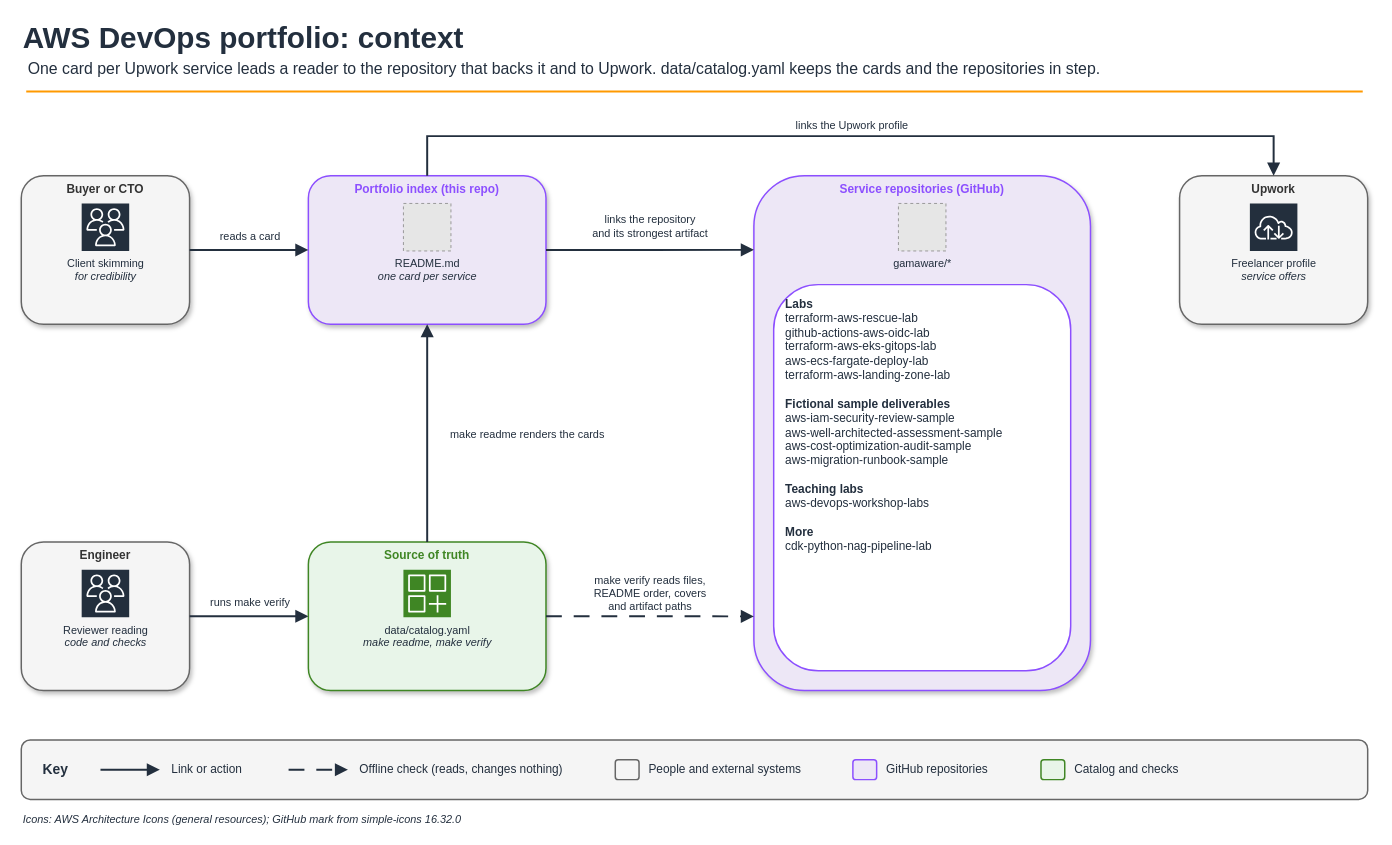
Above: docs/diagrams/portfolio-context.drawio in gamaware/aws-devops-portfolio (draw.io), before the change. Source tidied: cells renumbered, new cells numbered last; positions are measured from the earlier drawing's top-left corner, leaving out a move shared by most shapes. Both pictures are drawn from the tidied source at 99%, with x=0, y=0 at pixel (21, 17). Pictures stored in the file or linked from it are replaced by grey dashed boxes.
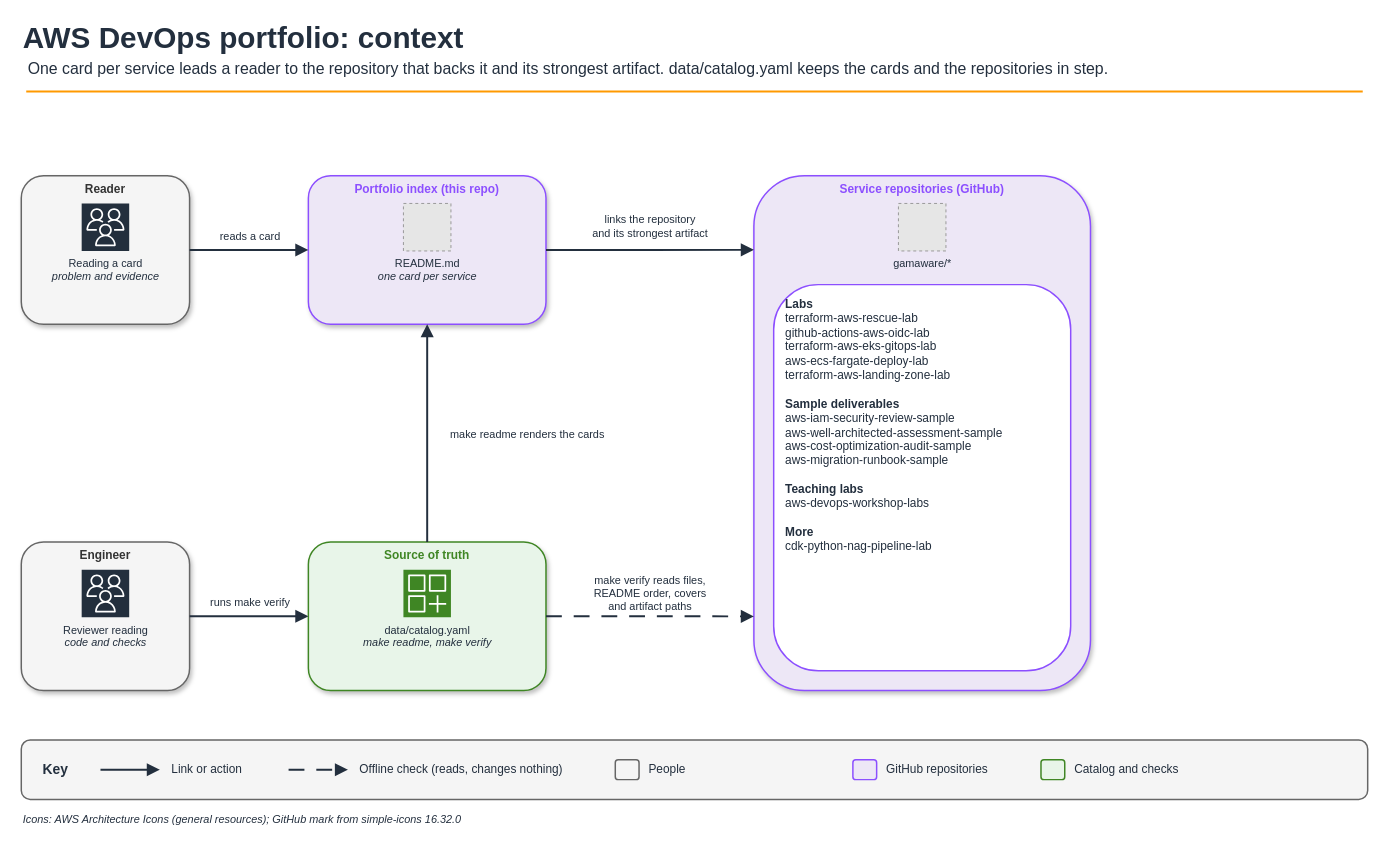
The same page after the edit.

The change refers to these unchanged cells:
```xml
<mxCell id="2" style="group;fontFamily=Helvetica;" parent="1" vertex="1">
  <mxGeometry width="1360" height="83" as="geometry" />
</mxCell>
<mxCell id="10" value="Portfolio index (this repo)" style="fillColor=#EDE7F6;strokeColor=#8C4FFF;rounded=1;whiteSpace=wrap;html=1;verticalAlign=top;fontStyle=1;fontSize=12;fontColor=#8C4FFF;shadow=1;strokeWidth=1.5;fontFamily=Helvetica;" parent="1" vertex="1">
  <mxGeometry x="290" y="160" width="240" height="150" as="geometry" />
</mxCell>
<mxCell id="14" value="Service repositories (GitHub)" style="fillColor=#EDE7F6;strokeColor=#8C4FFF;rounded=1;whiteSpace=wrap;html=1;verticalAlign=top;fontStyle=1;fontSize=12;fontColor=#8C4FFF;shadow=1;strokeWidth=1.5;fontFamily=Helvetica;" parent="1" vertex="1">
  <mxGeometry x="740" y="160" width="340" height="520" as="geometry" />
</mxCell>
```

Diff of the diagram source:
```diff
@@
-    <mxCell id="4" value="One card per Upwork service leads a reader to the repository that backs it and to Upwork. data/catalog.yaml keeps the cards and the repositories in step." style="text;html=1;align=left;verticalAlign=top;spacingTop=-4;fontSize=16;fontFamily=Helvetica;fontColor=light-dark(#232F3E,#E6E6E6);" parent="2" vertex="1">
+    <mxCell id="4" value="One card per service leads a reader to the repository that backs it and its strongest artifact. data/catalog.yaml keeps the cards and the repositories in step." style="text;html=1;align=left;verticalAlign=top;spacingTop=-4;fontSize=16;fontFamily=Helvetica;fontColor=light-dark(#232F3E,#E6E6E6);" parent="2" vertex="1">
       <mxGeometry x="5" y="40" width="1350" height="25" as="geometry" />
     </mxCell>
@@
-    <mxCell id="6" value="Buyer or CTO" style="fillColor=#f5f5f5;strokeColor=light-dark(#666666,#D4D4D4);rounded=1;whiteSpace=wrap;html=1;verticalAlign=top;fontStyle=1;fontSize=12;fontColor=#333333;shadow=1;strokeWidth=1.5;fontFamily=Helvetica;" parent="1" vertex="1">
-      <mxGeometry y="160" width="170" height="150" as="geometry" />
-    </mxCell>
-    <mxCell id="7" value="Client skimming&lt;br&gt;&lt;i&gt;for credibility&lt;/i&gt;" style="sketch=0;fontColor=#232F3E;fillColor=#232F3D;strokeColor=#ffffff;dashed=0;verticalLabelPosition=bottom;verticalAlign=top;align=center;html=1;fontSize=11;fontStyle=0;shape=mxgraph.aws4.resourceIcon;resIcon=mxgraph.aws4.users;fontFamily=Helvetica;" parent="6" vertex="1">
-      <mxGeometry x="61" y="28" width="48" height="48" as="geometry" />
-    </mxCell>
+    <mxCell id="44" value="Reader" style="fillColor=#f5f5f5;strokeColor=light-dark(#666666,#D4D4D4);rounded=1;whiteSpace=wrap;html=1;verticalAlign=top;fontStyle=1;fontSize=12;fontColor=#333333;shadow=1;strokeWidth=1.5;fontFamily=Helvetica;" parent="1" vertex="1">
+      <mxGeometry y="160" width="170" height="150" as="geometry" />
+    </mxCell>
+    <mxCell id="45" value="Reading a card&lt;br&gt;&lt;i&gt;problem and evidence&lt;/i&gt;" style="sketch=0;fontColor=#232F3E;fillColor=#232F3D;strokeColor=#ffffff;dashed=0;verticalLabelPosition=bottom;verticalAlign=top;align=center;html=1;fontSize=11;fontStyle=0;shape=mxgraph.aws4.resourceIcon;resIcon=mxgraph.aws4.users;fontFamily=Helvetica;" parent="44" vertex="1">
+      <mxGeometry x="61" y="28" width="48" height="48" as="geometry" />
+    </mxCell>
@@
-    <mxCell id="16" value="&lt;b&gt;Labs&lt;/b&gt;&lt;br&gt;terraform-aws-rescue-lab&lt;br&gt;github-actions-aws-oidc-lab&lt;br&gt;terraform-aws-eks-gitops-lab&lt;br&gt;aws-ecs-fargate-deploy-lab&lt;br&gt;terraform-aws-landing-zone-lab&lt;br&gt;&lt;br&gt;&lt;b&gt;Fictional sample deliverables&lt;/b&gt;&lt;br&gt;aws-iam-security-review-sample&lt;br&gt;aws-well-architected-assessment-sample&lt;br&gt;aws-cost-optimization-audit-sample&lt;br&gt;aws-migration-runbook-sample&lt;br&gt;&lt;br&gt;&lt;b&gt;Teaching labs&lt;/b&gt;&lt;br&gt;aws-devops-workshop-labs&lt;br&gt;&lt;br&gt;&lt;b&gt;More&lt;/b&gt;&lt;br&gt;cdk-python-nag-pipeline-lab" style="rounded=1;whiteSpace=wrap;html=1;align=left;verticalAlign=top;spacingLeft=10;spacingRight=10;spacingTop=6;fontSize=12;fontStyle=0;fillColor=light-dark(#FFFFFF,#1E2A33);strokeColor=#8C4FFF;strokeWidth=1.5;fontColor=light-dark(#232F3E,#E6E6E6);fontFamily=Helvetica;" parent="14" vertex="1">
+    <mxCell id="16" value="&lt;b&gt;Labs&lt;/b&gt;&lt;br&gt;terraform-aws-rescue-lab&lt;br&gt;github-actions-aws-oidc-lab&lt;br&gt;terraform-aws-eks-gitops-lab&lt;br&gt;aws-ecs-fargate-deploy-lab&lt;br&gt;terraform-aws-landing-zone-lab&lt;br&gt;&lt;br&gt;&lt;b&gt;Sample deliverables&lt;/b&gt;&lt;br&gt;aws-iam-security-review-sample&lt;br&gt;aws-well-architected-assessment-sample&lt;br&gt;aws-cost-optimization-audit-sample&lt;br&gt;aws-migration-runbook-sample&lt;br&gt;&lt;br&gt;&lt;b&gt;Teaching labs&lt;/b&gt;&lt;br&gt;aws-devops-workshop-labs&lt;br&gt;&lt;br&gt;&lt;b&gt;More&lt;/b&gt;&lt;br&gt;cdk-python-nag-pipeline-lab" style="rounded=1;whiteSpace=wrap;html=1;align=left;verticalAlign=top;spacingLeft=10;spacingRight=10;spacingTop=6;fontSize=12;fontStyle=0;fillColor=light-dark(#FFFFFF,#1E2A33);strokeColor=#8C4FFF;strokeWidth=1.5;fontColor=light-dark(#232F3E,#E6E6E6);fontFamily=Helvetica;" parent="14" vertex="1">
       <mxGeometry x="20" y="110" width="300" height="390" as="geometry" />
     </mxCell>
-    <mxCell id="17" value="Upwork" style="fillColor=#f5f5f5;strokeColor=light-dark(#666666,#D4D4D4);rounded=1;whiteSpace=wrap;html=1;verticalAlign=top;fontStyle=1;fontSize=12;fontColor=#333333;shadow=1;strokeWidth=1.5;fontFamily=Helvetica;" parent="1" vertex="1">
-      <mxGeometry x="1170" y="160" width="190" height="150" as="geometry" />
-    </mxCell>
-    <mxCell id="18" value="Freelancer profile&lt;br&gt;&lt;i&gt;service offers&lt;/i&gt;" style="sketch=0;fontColor=#232F3E;fillColor=#232F3D;strokeColor=#ffffff;dashed=0;verticalLabelPosition=bottom;verticalAlign=top;align=center;html=1;fontSize=11;fontStyle=0;shape=mxgraph.aws4.resourceIcon;resIcon=mxgraph.aws4.internet;fontFamily=Helvetica;" parent="17" vertex="1">
-      <mxGeometry x="71" y="28" width="48" height="48" as="geometry" />
-    </mxCell>
-    <mxCell id="19" style="edgeStyle=orthogonalEdgeStyle;rounded=0;jettySize=auto;html=1;strokeWidth=2;strokeColor=light-dark(#232F3E,#E6E6E6);endArrow=block;endFill=1;endSize=8;exitX=1;exitY=0.5;exitDx=0;exitDy=0;entryX=0;entryY=0.5;entryDx=0;entryDy=0;fontFamily=Helvetica;" parent="1" edge="1" source="6" target="10">
-      <mxGeometry relative="1" as="geometry" />
-    </mxCell>
+    <mxCell id="46" style="edgeStyle=orthogonalEdgeStyle;rounded=0;jettySize=auto;html=1;strokeWidth=2;strokeColor=light-dark(#232F3E,#E6E6E6);endArrow=block;endFill=1;endSize=8;exitX=1;exitY=0.5;exitDx=0;exitDy=0;entryX=0;entryY=0.5;entryDx=0;entryDy=0;fontFamily=Helvetica;" parent="1" edge="1" source="44" target="10">
+      <mxGeometry relative="1" as="geometry" />
+    </mxCell>
-    <mxCell id="20" value="reads a card" style="edgeLabel;html=1;align=center;verticalAlign=middle;labelBackgroundColor=none;fontSize=11;fontColor=light-dark(#232F3E,#E6E6E6);fontFamily=Helvetica;" parent="19" vertex="1">
+    <mxCell id="20" value="reads a card" style="edgeLabel;html=1;align=center;verticalAlign=middle;labelBackgroundColor=none;fontSize=11;fontColor=light-dark(#232F3E,#E6E6E6);fontFamily=Helvetica;" parent="46" vertex="1">
       <mxGeometry relative="1" as="geometry">
         <mxPoint y="-15" as="offset" />
       </mxGeometry>
     </mxCell>
@@
-    <mxCell id="23" style="edgeStyle=orthogonalEdgeStyle;rounded=0;jettySize=auto;html=1;strokeWidth=2;strokeColor=light-dark(#232F3E,#E6E6E6);endArrow=block;endFill=1;endSize=8;exitX=0.5;exitY=0;exitDx=0;exitDy=0;entryX=0.5;entryY=0;entryDx=0;entryDy=0;fontFamily=Helvetica;" parent="1" edge="1" source="10" target="17">
-      <mxGeometry relative="1" as="geometry">
-        <Array as="points">
-          <mxPoint x="410" y="120" />
-          <mxPoint x="1265" y="120" />
-        </Array>
-      </mxGeometry>
-    </mxCell>
-    <mxCell id="24" value="links the Upwork profile" style="edgeLabel;html=1;align=center;verticalAlign=middle;labelBackgroundColor=none;fontSize=11;fontColor=light-dark(#232F3E,#E6E6E6);fontFamily=Helvetica;" parent="23" vertex="1">
-      <mxGeometry relative="1" as="geometry">
-        <mxPoint y="-12" as="offset" />
-      </mxGeometry>
-    </mxCell>
@@
-    <mxCell id="38" value="People and external systems" style="text;html=1;whiteSpace=wrap;strokeColor=none;fillColor=none;align=left;verticalAlign=middle;fontSize=12;fontColor=light-dark(#232F3E,#E6E6E6);fontFamily=Helvetica;" parent="1" vertex="1">
+    <mxCell id="38" value="People" style="text;html=1;whiteSpace=wrap;strokeColor=none;fillColor=none;align=left;verticalAlign=middle;fontSize=12;fontColor=light-dark(#232F3E,#E6E6E6);fontFamily=Helvetica;" parent="1" vertex="1">
       <mxGeometry x="632" y="750" width="200" height="20" as="geometry" />
     </mxCell>
```
